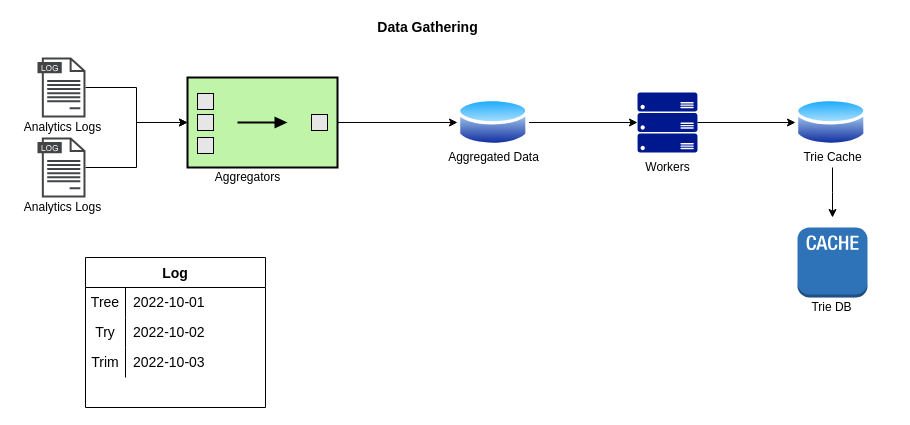
The draw.io diagram Search Autocomplete System.drawio in qiusli/system-design, before the edit. Source tidied: cells renumbered, new cells numbered last; positions are measured from the earlier drawing's top-left corner, leaving out a move shared by most shapes. Both pictures are drawn from the tidied source at 100%, with x=0, y=0 at pixel (17, 17).
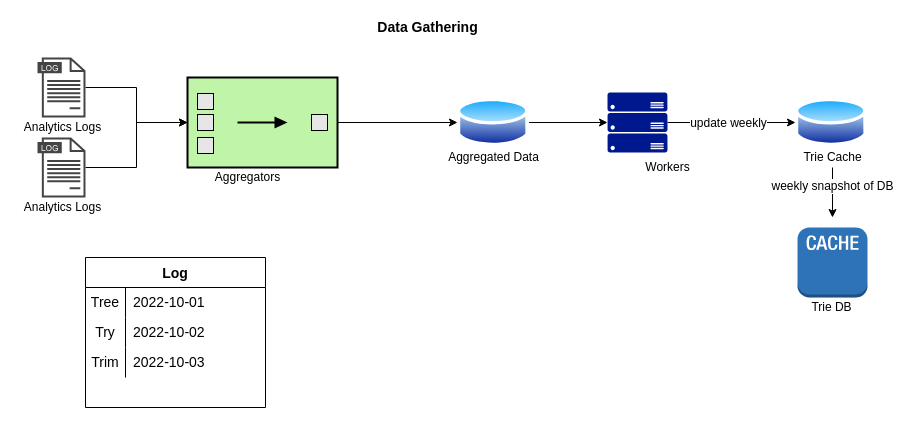
After the change.

The change refers to these unchanged cells:
```xml
<mxCell id="10" style="edgeStyle=orthogonalEdgeStyle;rounded=0;jettySize=auto;html=1;entryX=0;entryY=0.5;entryDx=0;entryDy=0;" parent="1" edge="1" source="11" target="12">
  <mxGeometry relative="1" as="geometry" />
</mxCell>
<mxCell id="19" style="edgeStyle=orthogonalEdgeStyle;rounded=0;jettySize=auto;html=1;" parent="1" edge="1" source="20">
  <mxGeometry relative="1" as="geometry">
    <mxPoint x="815" y="200" as="targetPoint" />
  </mxGeometry>
</mxCell>
```

Change to the diagram source:
```diff
@@
+    <mxCell id="35" value="update weekly" style="edgeLabel;html=1;align=center;verticalAlign=middle;fontSize=12;" parent="10" vertex="1">
+      <mxGeometry x="-0.34" y="3" relative="1" as="geometry">
+        <mxPoint x="18" y="3" as="offset" />
+      </mxGeometry>
+    </mxCell>
     <mxCell id="11" style="sketch=0;shadow=0;dashed=0;html=1;strokeColor=none;labelPosition=center;verticalLabelPosition=bottom;verticalAlign=top;align=center;fillColor=#00188D;shape=mxgraph.azure.server_rack;" parent="1" vertex="1">
-      <mxGeometry x="620" y="75" width="60" height="60" as="geometry" />
+      <mxGeometry x="590" y="75" width="60" height="60" as="geometry" />
     </mxCell>
@@
+    <mxCell id="36" value="weekly snapshot of DB" style="edgeLabel;html=1;align=center;verticalAlign=middle;fontSize=12;" parent="19" vertex="1">
+      <mxGeometry x="-0.28" y="-1" relative="1" as="geometry" />
+    </mxCell>
```
